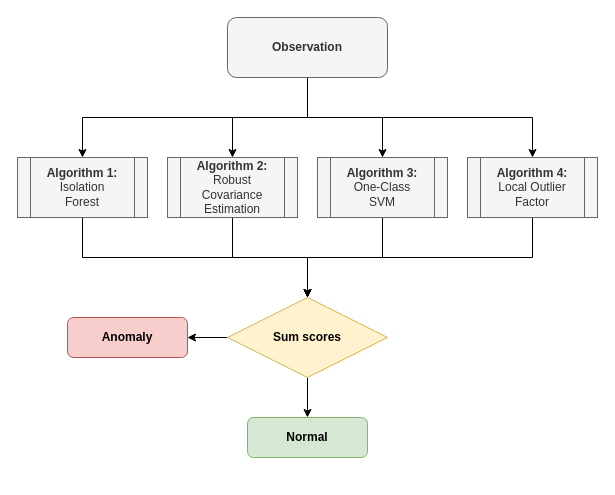
jaduplessis/DesignProject4 keeps this draw.io diagram as Report Help/NetworkDiagram.drawio. Above is the earlier version. Source tidied: cells renumbered, new cells numbered last; positions are measured from the earlier drawing's top-left corner, leaving out a move shared by most shapes. Both pictures are drawn from the tidied source at 100%, with x=0, y=0 at pixel (17, 17).
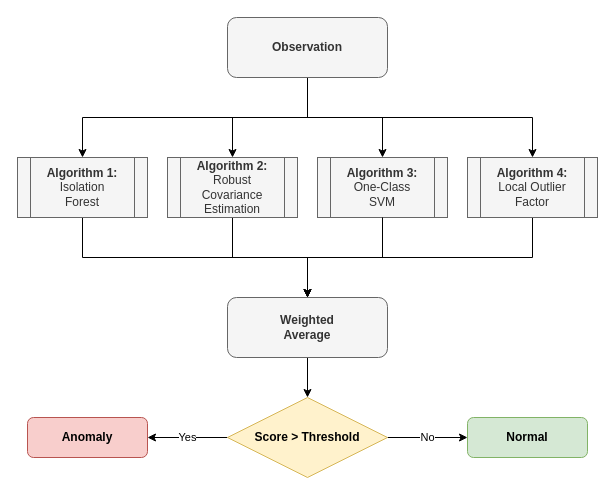
After the change.

The change refers to these unchanged cells:
```xml
<mxCell id="8" value="&lt;div&gt;Algorithm 1:&lt;/div&gt;&lt;div&gt;&lt;span style=&quot;font-weight: normal;&quot;&gt;Isolation&lt;br&gt;&lt;/span&gt;&lt;/div&gt;&lt;div&gt;&lt;span style=&quot;font-weight: normal;&quot;&gt;Forest&lt;/span&gt;&lt;br&gt;&lt;/div&gt;" style="shape=process;whiteSpace=wrap;html=1;backgroundOutline=1;fontStyle=1;fillColor=#f5f5f5;fontColor=#333333;strokeColor=#666666;" parent="1" vertex="1">
  <mxGeometry y="140" width="130" height="60" as="geometry" />
</mxCell>
<mxCell id="10" value="&lt;div&gt;Algorithm 2:&lt;/div&gt;&lt;div&gt;&lt;span style=&quot;font-weight: normal;&quot;&gt;Robust Covariance&lt;/span&gt;&lt;/div&gt;&lt;div&gt;&lt;span style=&quot;font-weight: normal;&quot;&gt;Estimation&lt;/span&gt;&lt;br&gt;&lt;/div&gt;" style="shape=process;whiteSpace=wrap;html=1;backgroundOutline=1;fontStyle=1;fillColor=#f5f5f5;fontColor=#333333;strokeColor=#666666;" parent="1" vertex="1">
  <mxGeometry x="150" y="140" width="130" height="60" as="geometry" />
</mxCell>
<mxCell id="12" value="&lt;div&gt;Algorithm 4:&lt;/div&gt;&lt;div&gt;&lt;span style=&quot;font-weight: normal;&quot;&gt;Local Outlier &lt;br&gt;&lt;/span&gt;&lt;/div&gt;&lt;div&gt;&lt;span style=&quot;font-weight: normal;&quot;&gt;Factor&lt;/span&gt;&lt;br&gt;&lt;/div&gt;" style="shape=process;whiteSpace=wrap;html=1;backgroundOutline=1;fontStyle=1;fillColor=#f5f5f5;fontColor=#333333;strokeColor=#666666;" parent="1" vertex="1">
  <mxGeometry x="450" y="140" width="130" height="60" as="geometry" />
</mxCell>
<mxCell id="14" value="&lt;div&gt;Algorithm 3:&lt;/div&gt;&lt;div&gt;&lt;span style=&quot;font-weight: normal;&quot;&gt;One-Class&lt;/span&gt;&lt;/div&gt;&lt;div&gt;&lt;span style=&quot;font-weight: normal;&quot;&gt;SVM&lt;/span&gt;&lt;br&gt;&lt;/div&gt;" style="shape=process;whiteSpace=wrap;html=1;backgroundOutline=1;fontStyle=1;fillColor=#f5f5f5;fontColor=#333333;strokeColor=#666666;" parent="1" vertex="1">
  <mxGeometry x="300" y="140" width="130" height="60" as="geometry" />
</mxCell>
```

The edit, as a diff of the source:
```diff
@@
-    <mxCell id="7" style="edgeStyle=orthogonalEdgeStyle;rounded=0;jettySize=auto;html=1;entryX=0.5;entryY=0;entryDx=0;entryDy=0;" parent="1" edge="1" source="8" target="17">
+    <mxCell id="7" style="edgeStyle=orthogonalEdgeStyle;rounded=0;jettySize=auto;html=1;entryX=0.5;entryY=0;entryDx=0;entryDy=0;" parent="1" edge="1" source="8" target="21">
       <mxGeometry relative="1" as="geometry">
         <Array as="points">
           <mxPoint x="65" y="240" />
           <mxPoint x="290" y="240" />
+          <mxPoint x="290" y="260" />
         </Array>
       </mxGeometry>
     </mxCell>
@@
-    <mxCell id="9" style="edgeStyle=orthogonalEdgeStyle;rounded=0;jettySize=auto;html=1;" parent="1" edge="1" source="10" target="17">
+    <mxCell id="9" style="edgeStyle=orthogonalEdgeStyle;rounded=0;jettySize=auto;html=1;entryX=0.5;entryY=0;entryDx=0;entryDy=0;" parent="1" edge="1" source="10" target="21">
       <mxGeometry relative="1" as="geometry" />
     </mxCell>
@@
-    <mxCell id="11" style="edgeStyle=orthogonalEdgeStyle;rounded=0;jettySize=auto;html=1;" parent="1" edge="1" source="12" target="17">
+    <mxCell id="11" style="edgeStyle=orthogonalEdgeStyle;rounded=0;jettySize=auto;html=1;entryX=0.5;entryY=0;entryDx=0;entryDy=0;" parent="1" edge="1" source="12" target="21">
       <mxGeometry relative="1" as="geometry">
         <Array as="points">
           <mxPoint x="515" y="240" />
           <mxPoint x="290" y="240" />
+          <mxPoint x="290" y="260" />
         </Array>
       </mxGeometry>
     </mxCell>
@@
-    <mxCell id="13" style="edgeStyle=orthogonalEdgeStyle;rounded=0;jettySize=auto;html=1;" parent="1" edge="1" source="14" target="17">
+    <mxCell id="13" style="edgeStyle=orthogonalEdgeStyle;rounded=0;jettySize=auto;html=1;" parent="1" edge="1" source="21" target="17">
       <mxGeometry relative="1" as="geometry" />
     </mxCell>
@@
-    <mxCell id="15" style="edgeStyle=orthogonalEdgeStyle;rounded=0;jettySize=auto;html=1;" parent="1" edge="1" source="17" target="19">
+    <mxCell id="15" value="No" style="edgeStyle=orthogonalEdgeStyle;rounded=0;jettySize=auto;html=1;" parent="1" edge="1" source="17" target="19">
       <mxGeometry relative="1" as="geometry" />
     </mxCell>
-    <mxCell id="16" style="edgeStyle=orthogonalEdgeStyle;rounded=0;jettySize=auto;html=1;" parent="1" edge="1" source="17" target="18">
+    <mxCell id="16" value="Yes" style="edgeStyle=orthogonalEdgeStyle;rounded=0;jettySize=auto;html=1;" parent="1" edge="1" source="17" target="18">
       <mxGeometry relative="1" as="geometry" />
     </mxCell>
-    <mxCell id="17" value="Sum scores" style="rhombus;whiteSpace=wrap;html=1;fontStyle=1;fillColor=#fff2cc;strokeColor=#d6b656;" parent="1" vertex="1">
-      <mxGeometry x="210" y="280" width="160" height="80" as="geometry" />
+    <mxCell id="17" value="Score &amp;gt; Threshold" style="rhombus;whiteSpace=wrap;html=1;fontStyle=1;fillColor=#fff2cc;strokeColor=#d6b656;" parent="1" vertex="1">
+      <mxGeometry x="210" y="380" width="160" height="80" as="geometry" />
     </mxCell>
     <mxCell id="18" value="Anomaly" style="rounded=1;whiteSpace=wrap;html=1;fontStyle=1;fillColor=#f8cecc;strokeColor=#b85450;" parent="1" vertex="1">
-      <mxGeometry x="50" y="300" width="120" height="40" as="geometry" />
+      <mxGeometry x="10" y="400" width="120" height="40" as="geometry" />
     </mxCell>
     <mxCell id="19" value="Normal" style="rounded=1;whiteSpace=wrap;html=1;fontStyle=1;fillColor=#d5e8d4;strokeColor=#82b366;" parent="1" vertex="1">
-      <mxGeometry x="230" y="400" width="120" height="40" as="geometry" />
+      <mxGeometry x="450" y="400" width="120" height="40" as="geometry" />
     </mxCell>
+    <mxCell id="20" style="edgeStyle=orthogonalEdgeStyle;rounded=0;jettySize=auto;html=1;" parent="1" edge="1" source="14" target="21">
+      <mxGeometry relative="1" as="geometry" />
+    </mxCell>
+    <mxCell id="21" value="&lt;div&gt;&lt;b&gt;Weighted &lt;br&gt;&lt;/b&gt;&lt;/div&gt;&lt;div&gt;&lt;b&gt;Average&lt;/b&gt;&lt;/div&gt;" style="rounded=1;whiteSpace=wrap;html=1;fillColor=#f5f5f5;strokeColor=#666666;fontColor=#333333;" parent="1" vertex="1">
+      <mxGeometry x="210" y="280" width="160" height="60" as="geometry" />
+    </mxCell>
```
